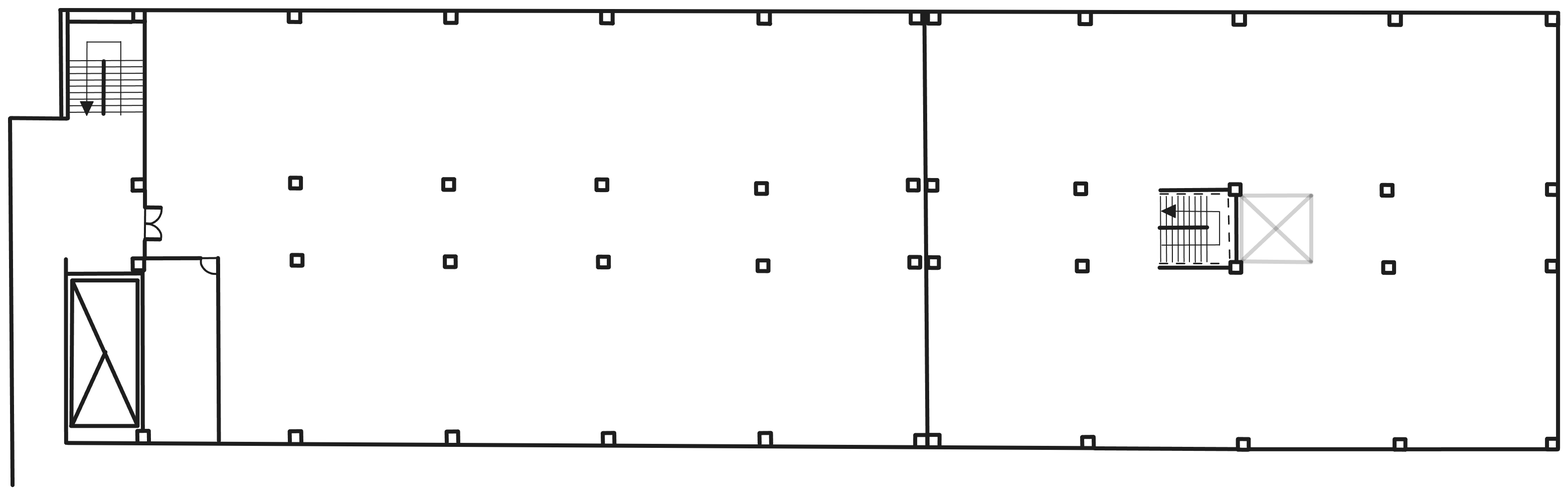
Above: public/plantaalta.png in sebascarabajal/voyager-it (Excalidraw), before the change. Source tidied: one line per element, renumbered; positions are measured from the earlier drawing's top-left corner, leaving out a move shared by most shapes.
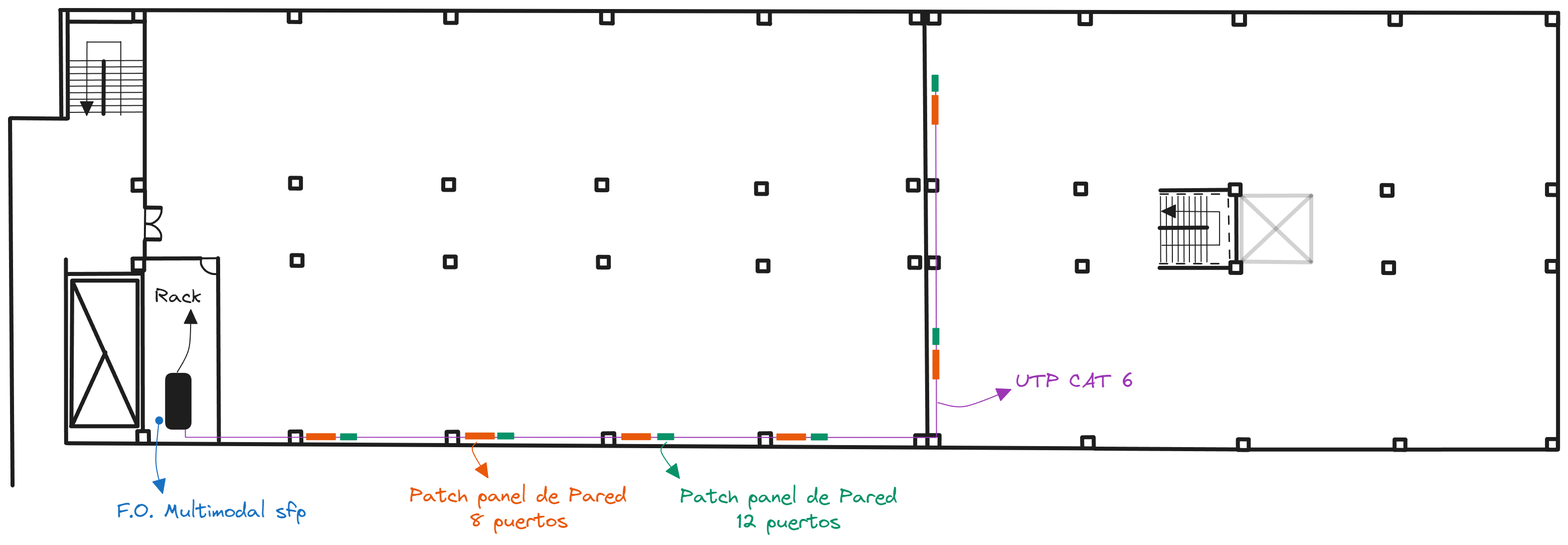
Above is the later version.

Change to the diagram source:
```diff
@@ -223,3 +223,28 @@
 {"id": 222, "type": "line", "strokeColor": "#1e1e1e", "strokeWidth": 4, "roughness": 0, "opacity": 20, "round": true, "x": 1230, "y": 249, "width": 67, "height": 63, "points": [[0, 0], [67, -63]]}
 {"id": 223, "type": "line", "strokeColor": "#1e1e1e", "strokeWidth": 4, "roughness": 0, "opacity": 20, "round": true, "x": 1297, "y": 251, "width": 69, "height": 65, "points": [[0, 0], [-69, -65]]}
 {"id": 224, "type": "line", "strokeColor": "#1e1e1e", "strokeWidth": 4, "roughness": 0, "round": true, "x": 915, "y": 435, "width": 3, "height": 431, "points": [[0, 0], [-3, -431]]}
+{"id": 225, "type": "arrow", "strokeColor": "#1e1e1e", "backgroundColor": "#1e1e1e", "fillStyle": "solid", "strokeWidth": 1, "roughness": 0, "endArrowhead": "triangle", "round": true, "from": 235, "to": 226, "x": 167, "y": 361, "width": 14, "height": 62, "points": [[0, 0], [12, -24], [14, -62]]}
+{"id": 226, "type": "text", "text": "Rack", "strokeColor": "#1e1e1e", "backgroundColor": "#1e1e1e", "fillStyle": "solid", "strokeWidth": 4, "roughness": 0, "fontSize": 20, "fontFamily": 1, "x": 144, "y": 273, "width": 47, "height": 25}
+{"id": 227, "type": "text", "text": "Patch panel de Pared\n8 puertos", "strokeColor": "#e8590c", "backgroundColor": "#9c36b5", "fillStyle": "solid", "strokeWidth": 1, "roughness": 0, "fontSize": 20, "fontFamily": 1, "textAlign": "center", "x": 398, "y": 472, "width": 216, "height": 50}
+{"id": 228, "type": "text", "text": "Patch panel de Pared\n12 puertos", "strokeColor": "#099268", "backgroundColor": "#9c36b5", "fillStyle": "solid", "strokeWidth": 1, "roughness": 0, "fontSize": 20, "fontFamily": 1, "textAlign": "center", "x": 668, "y": 473, "width": 216, "height": 50}
+{"id": 229, "type": "arrow", "strokeColor": "#e8590c", "backgroundColor": "#099268", "fillStyle": "solid", "strokeWidth": 1, "roughness": 0, "endArrowhead": "triangle", "round": true, "to": 227, "x": 465, "y": 431, "width": 15, "height": 35, "points": [[0, 0], [-4, 9], [11, 35]]}
+{"id": 230, "type": "arrow", "strokeColor": "#099268", "backgroundColor": "#099268", "fillStyle": "solid", "strokeWidth": 1, "roughness": 0, "endArrowhead": "triangle", "round": true, "from": 241, "to": 228, "x": 655, "y": 431, "width": 18, "height": 36, "points": [[0, 0], [-5, 10], [13, 36]]}
+{"id": 231, "type": "ellipse", "strokeColor": "#1971c2", "backgroundColor": "#1971c2", "fillStyle": "solid", "strokeWidth": 1, "roughness": 0, "round": true, "x": 145, "y": 405, "width": 7, "height": 7}
+{"id": 232, "type": "text", "text": "F.O. Multimodal sfp", "strokeColor": "#1971c2", "backgroundColor": "#1e1e1e", "fillStyle": "solid", "strokeWidth": 1, "roughness": 0, "fontSize": 20, "fontFamily": 1, "x": 107, "y": 487, "width": 189, "height": 25}
+{"id": 233, "type": "arrow", "strokeColor": "#1971c2", "backgroundColor": "#1e1e1e", "fillStyle": "solid", "strokeWidth": 1, "roughness": 0, "endArrowhead": "triangle", "round": true, "from": 231, "to": 232, "x": 148, "y": 410, "width": 7, "height": 72, "points": [[0, 0], [-3, 41], [4, 72]]}
+{"id": 234, "type": "line", "strokeColor": "#9c36b5", "backgroundColor": "#9c36b5", "fillStyle": "solid", "strokeWidth": 1, "roughness": 0, "from": 235, "to": 247, "x": 175, "y": 415, "width": 749, "height": 353, "points": [[0, 0], [0, 11], [749, 11], [748, -342]]}
+{"id": 235, "type": "rectangle", "strokeColor": "#1e1e1e", "backgroundColor": "#1e1e1e", "fillStyle": "solid", "strokeWidth": 4, "roughness": 0, "round": true, "x": 157, "y": 363, "width": 22, "height": 53}
+{"id": 236, "type": "rectangle", "strokeColor": "#e8590c", "backgroundColor": "#e8590c", "fillStyle": "solid", "strokeWidth": 1, "roughness": 0, "x": 296, "y": 422, "width": 29, "height": 6}
+{"id": 237, "type": "rectangle", "strokeColor": "#e8590c", "backgroundColor": "#e8590c", "fillStyle": "solid", "strokeWidth": 1, "roughness": 0, "x": 454, "y": 421, "width": 29, "height": 6}
+{"id": 238, "type": "rectangle", "strokeColor": "#099268", "backgroundColor": "#099268", "fillStyle": "solid", "strokeWidth": 1, "roughness": 0, "x": 486, "y": 421, "width": 16, "height": 6}
+{"id": 239, "type": "rectangle", "strokeColor": "#099268", "backgroundColor": "#099268", "fillStyle": "solid", "strokeWidth": 1, "roughness": 0, "x": 330, "y": 422, "width": 16, "height": 6}
+{"id": 240, "type": "rectangle", "strokeColor": "#e8590c", "backgroundColor": "#e8590c", "fillStyle": "solid", "strokeWidth": 1, "roughness": 0, "x": 610, "y": 422, "width": 29, "height": 6}
+{"id": 241, "type": "rectangle", "strokeColor": "#099268", "backgroundColor": "#099268", "fillStyle": "solid", "strokeWidth": 1, "roughness": 0, "x": 646, "y": 422, "width": 16, "height": 6}
+{"id": 242, "type": "rectangle", "strokeColor": "#e8590c", "backgroundColor": "#e8590c", "fillStyle": "solid", "strokeWidth": 1, "roughness": 0, "x": 765, "y": 422, "width": 29, "height": 6}
+{"id": 243, "type": "rectangle", "strokeColor": "#099268", "backgroundColor": "#099268", "fillStyle": "solid", "strokeWidth": 1, "roughness": 0, "x": 799, "y": 422, "width": 16, "height": 6}
+{"id": 244, "type": "rectangle", "strokeColor": "#e8590c", "angle": 4.71, "backgroundColor": "#e8590c", "fillStyle": "solid", "strokeWidth": 1, "roughness": 0, "x": 909, "y": 350, "width": 29, "height": 6}
+{"id": 245, "type": "rectangle", "strokeColor": "#099268", "angle": 4.71, "backgroundColor": "#099268", "fillStyle": "solid", "strokeWidth": 1, "roughness": 0, "x": 915, "y": 322, "width": 16, "height": 6}
+{"id": 246, "type": "rectangle", "strokeColor": "#e8590c", "angle": 4.71, "backgroundColor": "#e8590c", "fillStyle": "solid", "strokeWidth": 1, "roughness": 0, "x": 908, "y": 97, "width": 29, "height": 6}
+{"id": 247, "type": "rectangle", "strokeColor": "#099268", "angle": 4.71, "backgroundColor": "#099268", "fillStyle": "solid", "strokeWidth": 1, "roughness": 0, "x": 914, "y": 70, "width": 16, "height": 6}
+{"id": 248, "type": "text", "text": "UTP CAT 6", "strokeColor": "#9c36b5", "backgroundColor": "#1e1e1e", "fillStyle": "solid", "strokeWidth": 1, "roughness": 0, "fontSize": 20, "fontFamily": 1, "x": 1003, "y": 358, "width": 118, "height": 25}
+{"id": 249, "type": "arrow", "strokeColor": "#9c36b5", "backgroundColor": "#9c36b5", "fillStyle": "solid", "strokeWidth": 1, "roughness": 0, "endArrowhead": "triangle", "round": true, "to": 248, "x": 925, "y": 391, "width": 73, "height": 17, "points": [[0, 0], [28, 4], [73, -13]]}
```
